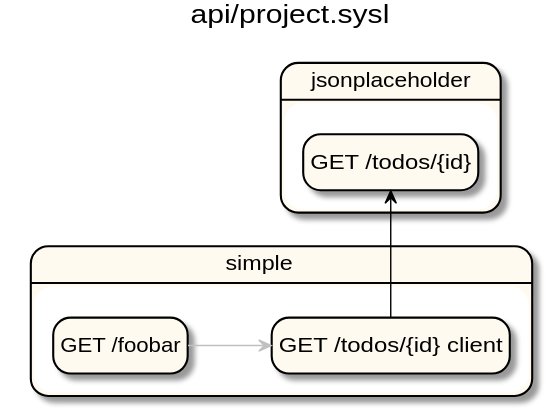
This is docs/integrationepa.svg from anz-bank/sysl-go-demo, a PlantUML export, as it was before one commit. Its diagram source:
```plantuml
@startuml


title api/project.sysl
left to right direction
scale max 16384 height
hide empty description
skinparam state {
  BackgroundColor FloralWhite
  BorderColor Black
  ArrowColor Crimson
}
state "jsonplaceholder" as X_0 <<highlight>> {
  state "GET /todos/{id}" as _0 <<highlight>>
}
state "simple" as X_1 <<highlight>> {
  state "GET /foobar" as _1 <<highlight>>
  state "GET /todos/{id} client" as _2 <<highlight>>
}
_1 -[#silver]-> _2
_2 -[#black]> _0
@enduml
```
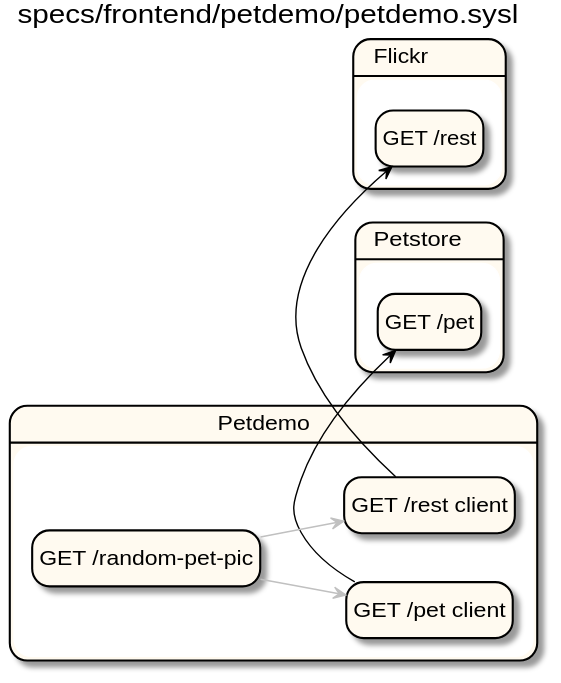
The same diagram one commit later.

Change to the diagram source:
```diff
@@ -1,7 +1,7 @@
 @startuml
 
 
-title api/project.sysl
+title specs/frontend/petdemo/petdemo.sysl
 left to right direction
 scale max 16384 height
 hide empty description
@@ -10,13 +10,19 @@
   BorderColor Black
   ArrowColor Crimson
 }
-state "jsonplaceholder" as X_0 <<highlight>> {
-  state "GET /todos/{id}" as _0 <<highlight>>
+state "Flickr" as X_0 <<highlight>> {
+  state "GET /rest" as _0 <<highlight>>
 }
-state "simple" as X_1 <<highlight>> {
-  state "GET /foobar" as _1 <<highlight>>
-  state "GET /todos/{id} client" as _2 <<highlight>>
+state "Petdemo" as X_1 <<highlight>> {
+  state "GET /pet client" as _1 <<highlight>>
+  state "GET /random-pet-pic" as _2 <<highlight>>
+  state "GET /rest client" as _3 <<highlight>>
 }
-_1 -[#silver]-> _2
-_2 -[#black]> _0
+state "Petstore" as X_2 <<highlight>> {
+  state "GET /pet" as _4 <<highlight>>
+}
+_2 -[#silver]-> _1
+_1 -[#black]> _4
+_2 -[#silver]-> _3
+_3 -[#black]> _0
 @enduml
```
